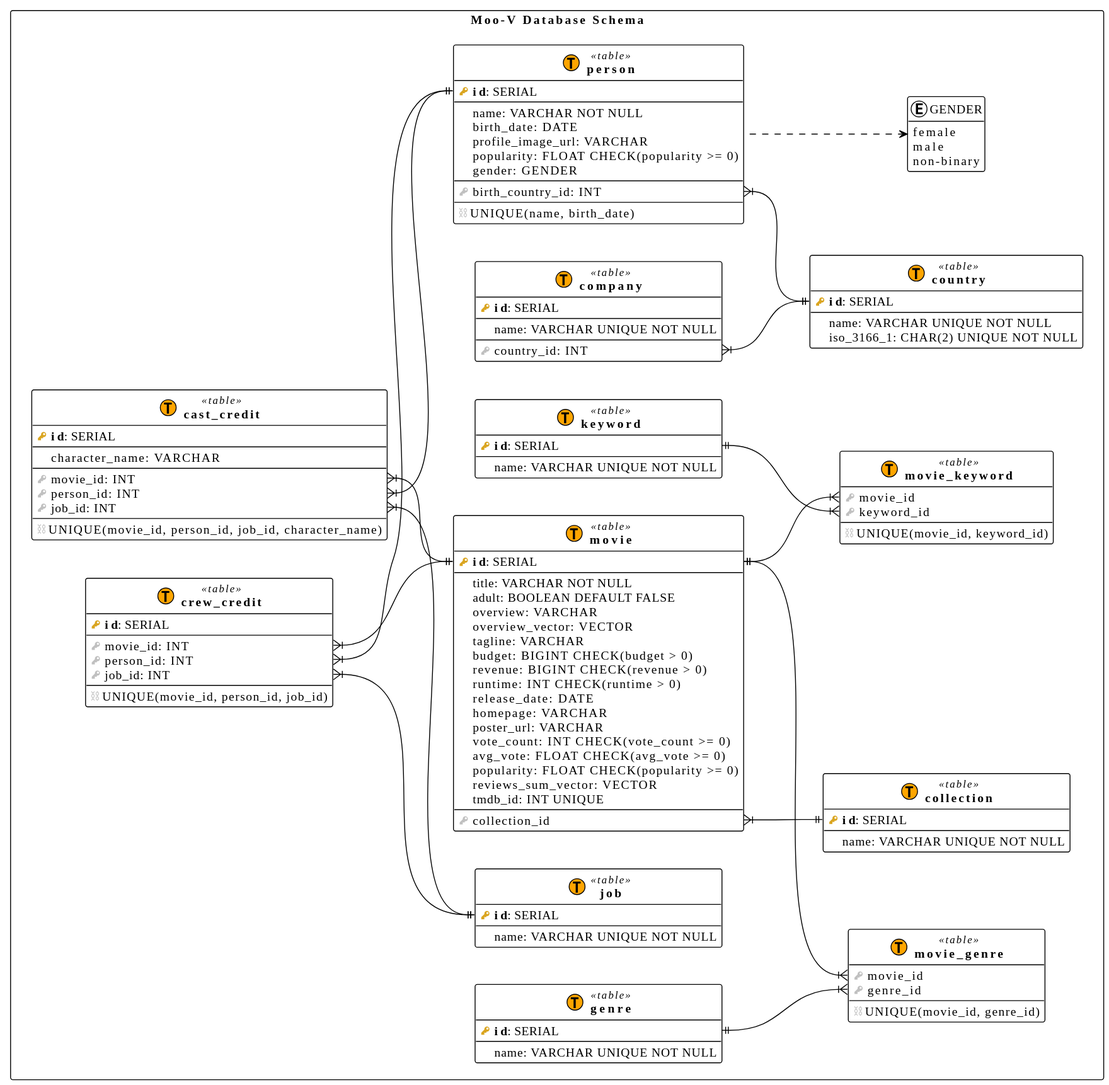
Moo-V-project/database keeps this PlantUML diagram as migrations/schema/svg/V0.1.0__init.svg. Above is the earlier version. Source of this version:
```plantuml
@startuml
!theme plain
hide empty methods

left to right direction


!procedure $schema($name, $slug)
package "$name" as $slug <<Rectangle>>
!endprocedure

!procedure $table($name, $slug)
entity "<b>$name</b>" as $slug << (T, Orange) table >>
!endprocedure

!procedure $view($name, $slug)
entity "<b>$name</b>" as $slug << (V, Aquamarine) view >>
!endprocedure

!procedure $pk($name)
<color:#GoldenRod><&key></color> <b>$name</b>
!endprocedure

!procedure $fk($name)
<color:#Silver><&key></color> $name
!endprocedure

!procedure $column($name)
{field} <color:#White><&media-record></color> $name
!endprocedure

!procedure $constraint($name)
{field} <color:#Silver><U+26D3></color> $name
!endprocedure


$schema("Moo-V Database Schema", moo_v_db) {


$table(collection, collection) {
	$pk(id): SERIAL
	--
	$column(name): VARCHAR UNIQUE NOT NULL
}


$table(movie, movie) {
	$pk(id): SERIAL
	--
	$column(title): VARCHAR NOT NULL			/' Movie title in English'/
	$column(adult): BOOLEAN DEFAULT FALSE		/' Is the movie adult-rated? '/
	$column(overview): VARCHAR 					/' Short movie description'/
	$column(overview_vector): VECTOR 			/' Vectorized movie overview'/
	$column(tagline): VARCHAR 					/' Movie tagline'/
	$column(budget): BIGINT CHECK(budget > 0)	/' Movie budget in USD'/
	$column(revenue): BIGINT CHECK(revenue > 0) /' Total movie revenue in USD'/
	$column(runtime): INT CHECK(runtime > 0)	/' Duration of the movie in minutes '/
	$column(release_date): DATE 				/' Movie release date '/
	$column(homepage): VARCHAR					/' URL of movie homepage '/
	$column(poster_url): VARCHAR				/' URL of the movie poster image '/
	$column(vote_count): INT CHECK(vote_count >= 0)
	$column(avg_vote): FLOAT CHECK(avg_vote >= 0)
	$column(popularity): FLOAT CHECK(popularity >= 0)
	$column(reviews_sum_vector): VECTOR
	$column(tmdb_id): INT UNIQUE				/' The Movie Database (TMDb) identifier '/
	--
	$fk(collection_id)
}
movie::collection_id }|--|| collection::id


$table(genre, genre) {
	$pk(id): SERIAL
	--
	$column(name): VARCHAR UNIQUE NOT NULL
}

$table(movie_genre, movie_genre) {
	$fk(movie_id)
	$fk(genre_id)
	--
	$constraint("UNIQUE(movie_id, genre_id)")	/' Unique constraint to avoid duplicates '/
}
movie::id ||--|{ movie_genre::movie_id
genre::id ||--|{ movie_genre::genre_id

$table(keyword, keyword) {
	$pk(id): SERIAL
	--
	$column(name): VARCHAR UNIQUE NOT NULL
}

$table(movie_keyword, movie_keyword) {
	$fk(movie_id)
	$fk(keyword_id)
	--
	$constraint("UNIQUE(movie_id, keyword_id)")	/' Unique constraint to avoid duplicates '/
}
movie::id ||--|{ movie_keyword::movie_id
keyword::id ||--|{ movie_keyword::keyword_id


$table(country, country) {
	$pk(id): SERIAL
	--
	$column(name): VARCHAR UNIQUE NOT NULL
	$column(iso_3166_1): CHAR(2) UNIQUE NOT NULL
}


enum GENDER {
	female
	male
	non-binary
}


$table(person, person) {
	$pk(id): SERIAL
	--
	$column(name): VARCHAR NOT NULL 	/' Full name of the person '/
	$column(birth_date): DATE			/' Date of birth '/
	$column(profile_image_url): VARCHAR	/' URL of the profile image '/
	$column(popularity): FLOAT CHECK(popularity >= 0)
	$column(gender): GENDER
	--
	$fk(birth_country_id): INT			/' Foreign key to country of birth '/
	--
	$constraint("UNIQUE(name, birth_date)")	/' Unique constraint to avoid duplicates '/
}
person::birth_country_id }|--|| country::id
person::gender_id ..> GENDER


$table(job, job) {
	$pk(id): SERIAL
	--
	$column(name): VARCHAR UNIQUE NOT NULL
}

$table(cast_credit, cast_credit) {
	$pk(id): SERIAL
	--
	$column(character_name): VARCHAR	/' Name of the character played '/
	--
	$fk(movie_id): INT
	$fk(person_id): INT
	$fk(job_id): INT
	--
	$constraint("UNIQUE(movie_id, person_id, job_id, character_name)")	/' Unique constraint to avoid duplicates '/
}
cast_credit::movie_id }|--|| movie::id
cast_credit::person_id }|--|| person::id
cast_credit::job_id }|--|| job::id

$table(crew_credit, crew_credit) {
	$pk(id): SERIAL
	--
	$fk(movie_id): INT
	$fk(person_id): INT
	$fk(job_id): INT
	--
	$constraint("UNIQUE(movie_id, person_id, job_id)")	/' Unique constraint to avoid duplicates '/
}
crew_credit::movie_id }|--|| movie::id
crew_credit::person_id }|--|| person::id
crew_credit::job_id }|--|| job::id


$table(company, company) {
	$pk(id): SERIAL
	--
	$column(name): VARCHAR UNIQUE NOT NULL
	--
	$fk(country_id): INT				/' Foreign key to country of origin '/
}

company::country_id }|--|| country::id
@enduml
```
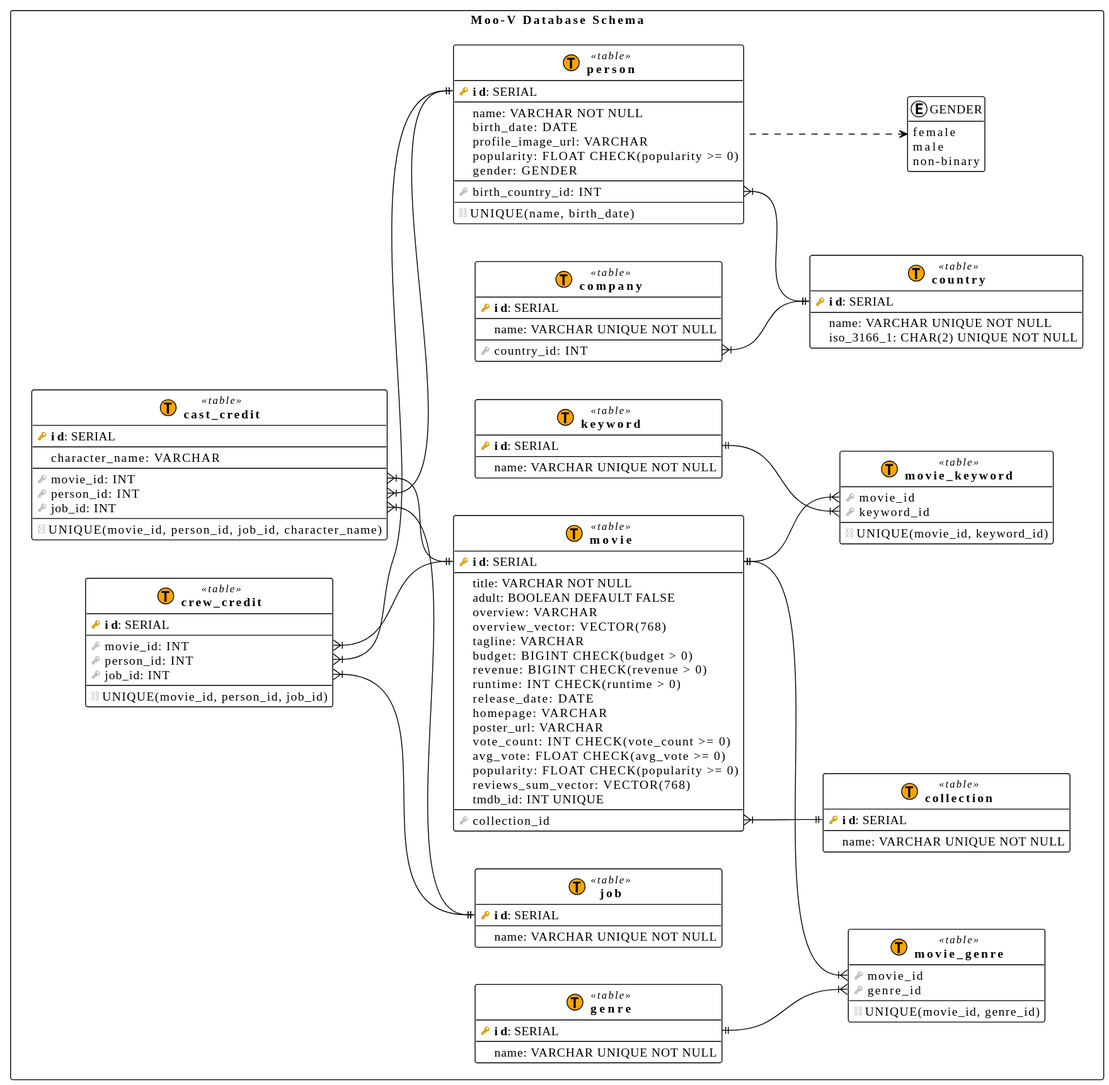
After the commit.

Commit message:
db: schema: add vector sizes

Diff of the diagram source:
```diff
@@ -50,7 +50,7 @@
 	$column(title): VARCHAR NOT NULL			/' Movie title in English'/
 	$column(adult): BOOLEAN DEFAULT FALSE		/' Is the movie adult-rated? '/
 	$column(overview): VARCHAR 					/' Short movie description'/
-	$column(overview_vector): VECTOR 			/' Vectorized movie overview'/
+	$column(overview_vector): VECTOR(768) 		/' Vectorized movie overview'/
 	$column(tagline): VARCHAR 					/' Movie tagline'/
 	$column(budget): BIGINT CHECK(budget > 0)	/' Movie budget in USD'/
 	$column(revenue): BIGINT CHECK(revenue > 0) /' Total movie revenue in USD'/
@@ -61,7 +61,7 @@
 	$column(vote_count): INT CHECK(vote_count >= 0)
 	$column(avg_vote): FLOAT CHECK(avg_vote >= 0)
 	$column(popularity): FLOAT CHECK(popularity >= 0)
-	$column(reviews_sum_vector): VECTOR
+	$column(reviews_sum_vector): VECTOR(768)
 	$column(tmdb_id): INT UNIQUE				/' The Movie Database (TMDb) identifier '/
 	--
 	$fk(collection_id)
```
